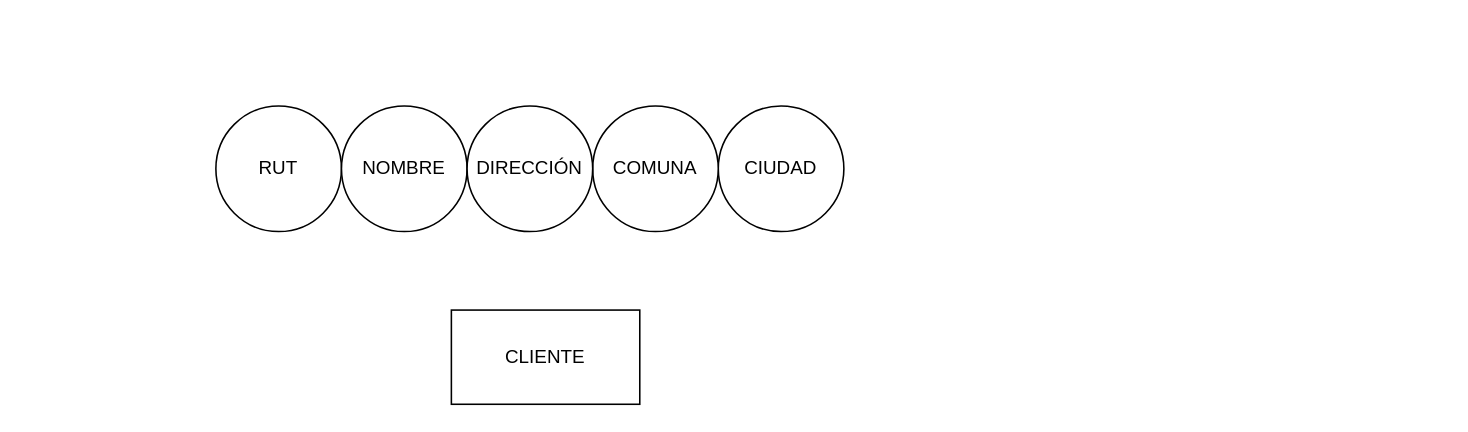
Before: Diagrama sin título.drawio in Zetaweek/fdsw-github-jose-maria-correa, a draw.io diagram. Source tidied: cells renumbered, new cells numbered last; positions are measured from the earlier drawing's top-left corner, leaving out a move shared by most shapes. Both pictures are drawn from the tidied source at 157%, with x=0, y=0 at pixel (215, 105).
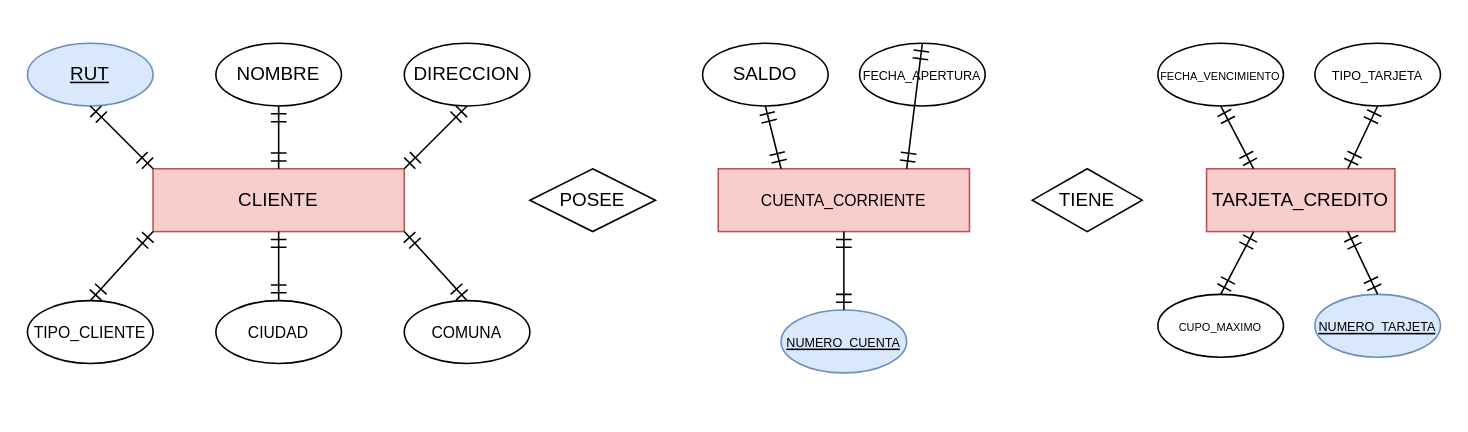
After the change.

Diff of the diagram source:
```diff
@@
+    <mxCell id="3" value="RUT" style="ellipse;whiteSpace=wrap;html=1;rounded=0;fontStyle=4;fillColor=#dae8fc;strokeColor=#6c8ebf;" parent="1" vertex="1">
+      <mxGeometry x="-120" y="-40" width="80" height="40" as="geometry" />
+    </mxCell>
+    <mxCell id="8" value="POSEE" style="rhombus;whiteSpace=wrap;html=1;" parent="1" vertex="1">
+      <mxGeometry x="200" y="40" width="80" height="40" as="geometry" />
+    </mxCell>
+    <mxCell id="9" value="TIENE" style="rhombus;whiteSpace=wrap;html=1;" parent="1" vertex="1">
+      <mxGeometry x="520" y="40" width="70" height="40" as="geometry" />
+    </mxCell>
-    <mxCell id="2" value="CLIENTE" style="rounded=0;whiteSpace=wrap;html=1;" parent="1" vertex="1">
-      <mxGeometry x="150" y="130" width="120" height="60" as="geometry" />
+    <mxCell id="2" value="CLIENTE" style="rounded=0;whiteSpace=wrap;html=1;fillColor=#f8cecc;strokeColor=#b85450;" parent="1" vertex="1">
+      <mxGeometry x="-40" y="40" width="160" height="40" as="geometry" />
     </mxCell>
-    <mxCell id="3" value="RUT" style="ellipse;whiteSpace=wrap;html=1;rounded=0;" parent="1" vertex="1">
-      <mxGeometry width="80" height="80" as="geometry" />
-    </mxCell>
+    <mxCell id="10" value="&lt;font style=&quot;font-size: 10px;&quot;&gt;CUENTA_CORRIENTE&lt;/font&gt;" style="rounded=0;whiteSpace=wrap;html=1;fillColor=#f8cecc;strokeColor=#b85450;" parent="1" vertex="1">
+      <mxGeometry x="320" y="40" width="160" height="40" as="geometry" />
+    </mxCell>
+    <mxCell id="11" value="TARJETA_CREDITO" style="rounded=0;whiteSpace=wrap;html=1;fillColor=#f8cecc;strokeColor=#b85450;" parent="1" vertex="1">
+      <mxGeometry x="631" y="40" width="120" height="40" as="geometry" />
+    </mxCell>
-    <mxCell id="4" value="NOMBRE" style="ellipse;whiteSpace=wrap;html=1;" parent="1" vertex="1">
-      <mxGeometry x="80" width="80" height="80" as="geometry" />
+    <mxCell id="4" value="NOMBRE" style="ellipse;whiteSpace=wrap;html=1;rounded=0;" parent="1" vertex="1">
+      <mxGeometry y="-40" width="80" height="40" as="geometry" />
     </mxCell>
+    <mxCell id="12" value="DIRECCION" style="ellipse;whiteSpace=wrap;html=1;rounded=0;" parent="1" vertex="1">
+      <mxGeometry x="120" y="-40" width="80" height="40" as="geometry" />
+    </mxCell>
+    <mxCell id="13" value="&lt;font style=&quot;font-size: 10px;&quot;&gt;TIPO_CLIENTE&lt;/font&gt;" style="ellipse;whiteSpace=wrap;html=1;rounded=0;" parent="1" vertex="1">
+      <mxGeometry x="-120" y="124" width="80" height="40" as="geometry" />
+    </mxCell>
-    <mxCell id="5" value="CIUDAD" style="ellipse;whiteSpace=wrap;html=1;" parent="1" vertex="1">
-      <mxGeometry x="320" width="80" height="80" as="geometry" />
+    <mxCell id="5" value="&lt;font style=&quot;font-size: 10px;&quot;&gt;CIUDAD&lt;/font&gt;" style="ellipse;whiteSpace=wrap;html=1;rounded=0;" parent="1" vertex="1">
+      <mxGeometry y="124" width="80" height="40" as="geometry" />
     </mxCell>
-    <mxCell id="6" value="COMUNA" style="ellipse;whiteSpace=wrap;html=1;" parent="1" vertex="1">
-      <mxGeometry x="240" width="80" height="80" as="geometry" />
+    <mxCell id="6" value="&lt;font style=&quot;font-size: 10px;&quot;&gt;COMUNA&lt;/font&gt;" style="ellipse;whiteSpace=wrap;html=1;rounded=0;" parent="1" vertex="1">
+      <mxGeometry x="120" y="124" width="80" height="40" as="geometry" />
     </mxCell>
-    <mxCell id="7" value="DIRECCIÓN" style="ellipse;whiteSpace=wrap;html=1;" parent="1" vertex="1">
-      <mxGeometry x="160" width="80" height="80" as="geometry" />
-    </mxCell>
+    <mxCell id="14" value="SALDO" style="ellipse;whiteSpace=wrap;html=1;rounded=0;" parent="1" vertex="1">
+      <mxGeometry x="310" y="-40" width="80" height="40" as="geometry" />
+    </mxCell>
+    <mxCell id="15" value="&lt;font style=&quot;font-size: 8px;&quot;&gt;NUMERO_CUENTA&lt;/font&gt;" style="ellipse;whiteSpace=wrap;html=1;rounded=0;fontStyle=4;fillColor=#dae8fc;strokeColor=#6c8ebf;" parent="1" vertex="1">
+      <mxGeometry x="360" y="130" width="80" height="40" as="geometry" />
+    </mxCell>
+    <mxCell id="16" value="&lt;font style=&quot;font-size: 8px;&quot;&gt;FECHA_APERTURA&lt;/font&gt;" style="ellipse;whiteSpace=wrap;html=1;rounded=0;" parent="1" vertex="1">
+      <mxGeometry x="410" y="-40" width="80" height="40" as="geometry" />
+    </mxCell>
+    <mxCell id="17" value="&lt;font style=&quot;font-size: 7px;&quot;&gt;FECHA_VENCIMIENTO&lt;/font&gt;" style="ellipse;whiteSpace=wrap;html=1;rounded=0;" parent="1" vertex="1">
+      <mxGeometry x="600" y="-40" width="80" height="40" as="geometry" />
+    </mxCell>
+    <mxCell id="18" value="&lt;font style=&quot;font-size: 8px;&quot;&gt;TIPO_TARJETA&lt;/font&gt;" style="ellipse;whiteSpace=wrap;html=1;rounded=0;" parent="1" vertex="1">
+      <mxGeometry x="700" y="-40" width="80" height="40" as="geometry" />
+    </mxCell>
+    <mxCell id="19" value="&lt;font style=&quot;font-size: 7px;&quot;&gt;CUPO_MAXIMO&lt;/font&gt;" style="ellipse;whiteSpace=wrap;html=1;rounded=0;" parent="1" vertex="1">
+      <mxGeometry x="600" y="120" width="80" height="40" as="geometry" />
+    </mxCell>
+    <mxCell id="20" value="&lt;font style=&quot;font-size: 8px;&quot;&gt;NUMERO_TARJETA&lt;/font&gt;" style="ellipse;whiteSpace=wrap;html=1;rounded=0;fontStyle=4;fillColor=#dae8fc;strokeColor=#6c8ebf;" parent="1" vertex="1">
+      <mxGeometry x="700" y="120" width="80" height="40" as="geometry" />
+    </mxCell>
+    <mxCell id="21" style="fontSize=12;html=1;endArrow=ERmandOne;startArrow=ERmandOne;rounded=0;startSize=8;endSize=8;exitX=0.5;exitY=0;exitDx=0;exitDy=0;entryX=0.75;entryY=1;entryDx=0;entryDy=0;" parent="1" edge="1" source="20" target="11">
+      <mxGeometry relative="1" as="geometry" />
+    </mxCell>
+    <mxCell id="22" style="fontSize=12;html=1;endArrow=ERmandOne;startArrow=ERmandOne;rounded=0;startSize=8;endSize=8;exitX=0.25;exitY=1;exitDx=0;exitDy=0;entryX=0.5;entryY=0;entryDx=0;entryDy=0;" parent="1" edge="1" source="11" target="19">
+      <mxGeometry relative="1" as="geometry" />
+    </mxCell>
+    <mxCell id="23" style="fontSize=12;html=1;endArrow=ERmandOne;startArrow=ERmandOne;rounded=0;startSize=8;endSize=8;exitX=0.5;exitY=1;exitDx=0;exitDy=0;entryX=0.75;entryY=0;entryDx=0;entryDy=0;" parent="1" edge="1" source="18" target="11">
+      <mxGeometry relative="1" as="geometry" />
+    </mxCell>
+    <mxCell id="24" style="fontSize=12;html=1;endArrow=ERmandOne;startArrow=ERmandOne;rounded=0;startSize=8;endSize=8;exitX=0.5;exitY=1;exitDx=0;exitDy=0;entryX=0.25;entryY=0;entryDx=0;entryDy=0;" parent="1" edge="1" source="17" target="11">
+      <mxGeometry relative="1" as="geometry" />
+    </mxCell>
+    <mxCell id="25" style="fontSize=12;html=1;endArrow=ERmandOne;startArrow=ERmandOne;rounded=0;startSize=8;endSize=8;exitX=0.5;exitY=0;exitDx=0;exitDy=0;entryX=0.75;entryY=0;entryDx=0;entryDy=0;" parent="1" edge="1" source="16" target="10">
+      <mxGeometry relative="1" as="geometry" />
+    </mxCell>
+    <mxCell id="26" style="fontSize=12;html=1;endArrow=ERmandOne;startArrow=ERmandOne;rounded=0;startSize=8;endSize=8;entryX=0.5;entryY=1;entryDx=0;entryDy=0;exitX=0.5;exitY=0;exitDx=0;exitDy=0;" parent="1" edge="1" source="15" target="10">
+      <mxGeometry relative="1" as="geometry" />
+    </mxCell>
+    <mxCell id="27" style="fontSize=12;html=1;endArrow=ERmandOne;startArrow=ERmandOne;rounded=0;startSize=8;endSize=8;exitX=0.5;exitY=1;exitDx=0;exitDy=0;entryX=0.25;entryY=0;entryDx=0;entryDy=0;" parent="1" edge="1" source="14" target="10">
+      <mxGeometry relative="1" as="geometry" />
+    </mxCell>
+    <mxCell id="28" style="fontSize=12;html=1;endArrow=ERmandOne;startArrow=ERmandOne;rounded=0;startSize=8;endSize=8;exitX=1;exitY=1;exitDx=0;exitDy=0;entryX=0.5;entryY=0;entryDx=0;entryDy=0;" parent="1" edge="1" source="2" target="6">
+      <mxGeometry relative="1" as="geometry" />
+    </mxCell>
+    <mxCell id="29" style="fontSize=12;html=1;endArrow=ERmandOne;startArrow=ERmandOne;rounded=0;startSize=8;endSize=8;exitX=0.5;exitY=1;exitDx=0;exitDy=0;entryX=1;entryY=0;entryDx=0;entryDy=0;" parent="1" edge="1" source="12" target="2">
+      <mxGeometry relative="1" as="geometry" />
+    </mxCell>
+    <mxCell id="30" style="fontSize=12;html=1;endArrow=ERmandOne;startArrow=ERmandOne;rounded=0;startSize=8;endSize=8;exitX=0.5;exitY=1;exitDx=0;exitDy=0;entryX=0.5;entryY=0;entryDx=0;entryDy=0;" parent="1" edge="1" source="2" target="5">
+      <mxGeometry relative="1" as="geometry" />
+    </mxCell>
+    <mxCell id="31" style="fontSize=12;html=1;endArrow=ERmandOne;startArrow=ERmandOne;rounded=0;startSize=8;endSize=8;exitX=0.5;exitY=1;exitDx=0;exitDy=0;entryX=0.5;entryY=0;entryDx=0;entryDy=0;" parent="1" edge="1" source="4" target="2">
+      <mxGeometry relative="1" as="geometry" />
+    </mxCell>
+    <mxCell id="32" style="fontSize=12;html=1;endArrow=ERmandOne;startArrow=ERmandOne;rounded=0;startSize=8;endSize=8;exitX=0.5;exitY=0;exitDx=0;exitDy=0;entryX=0;entryY=1;entryDx=0;entryDy=0;" parent="1" edge="1" source="13" target="2">
+      <mxGeometry relative="1" as="geometry" />
+    </mxCell>
+    <mxCell id="33" style="fontSize=12;html=1;endArrow=ERmandOne;startArrow=ERmandOne;rounded=0;startSize=8;endSize=8;exitX=0.5;exitY=1;exitDx=0;exitDy=0;entryX=0;entryY=0;entryDx=0;entryDy=0;" parent="1" edge="1" source="3" target="2">
+      <mxGeometry relative="1" as="geometry" />
+    </mxCell>
```
